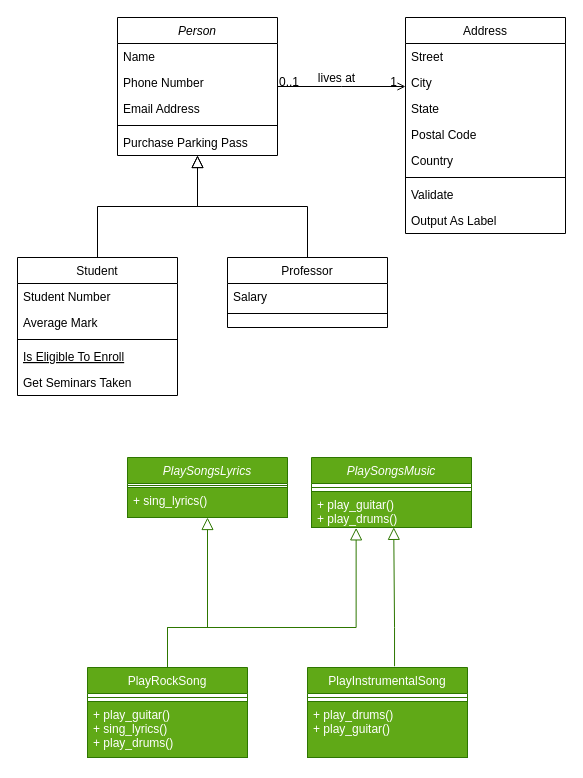
Before: play_songs.drawio in sandramolina/diagrams, a draw.io diagram. Source tidied: cells renumbered, new cells numbered last; positions are measured from the earlier drawing's top-left corner, leaving out a move shared by most shapes. Both pictures are drawn from the tidied source at 100%, with x=0, y=0 at pixel (17, 17).
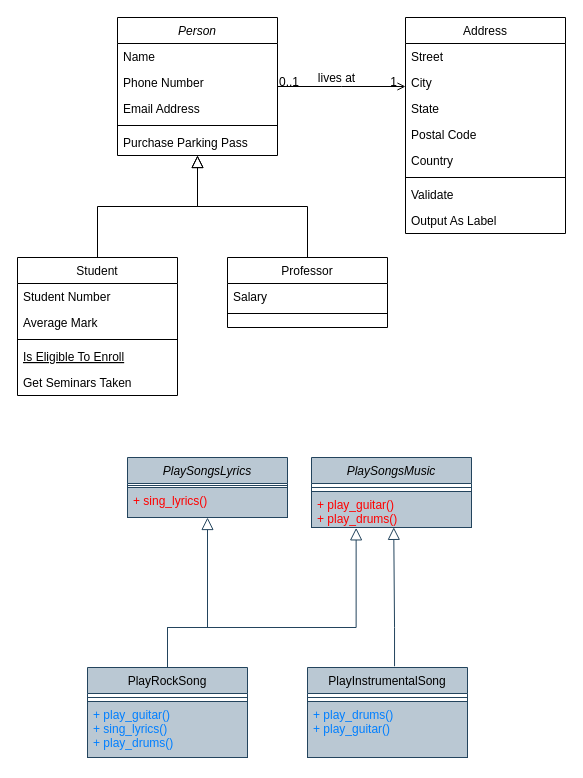
The same diagram, later.

Change to the diagram source:
```diff
@@
-    <mxCell id="32" value="PlaySongsLyrics" style="swimlane;fontStyle=2;align=center;verticalAlign=top;horizontal=1;startSize=26;rounded=0;shadow=0;strokeWidth=1;fillColor=#60a917;fontColor=#ffffff;strokeColor=#2D7600;" parent="1" vertex="1">
+    <mxCell id="32" value="PlaySongsLyrics" style="swimlane;fontStyle=2;align=center;verticalAlign=top;horizontal=1;startSize=26;rounded=0;shadow=0;strokeWidth=1;fillColor=#bac8d3;strokeColor=#23445d;" parent="1" vertex="1">
       <mxGeometry x="110" y="440" width="160" height="60" as="geometry" />
     </mxCell>
-    <mxCell id="33" style="line;html=1;strokeWidth=1;align=left;verticalAlign=middle;spacingTop=-1;spacingLeft=3;spacingRight=3;labelPosition=right;fillColor=#60a917;fontColor=#ffffff;strokeColor=#2D7600;" parent="32" vertex="1">
+    <mxCell id="33" style="line;html=1;strokeWidth=1;align=left;verticalAlign=middle;spacingTop=-1;spacingLeft=3;spacingRight=3;labelPosition=right;fillColor=#bac8d3;strokeColor=#23445d;" parent="32" vertex="1">
       <mxGeometry y="26" width="160" height="4" as="geometry" />
     </mxCell>
-    <mxCell id="34" value="+ sing_lyrics()" style="text;align=left;verticalAlign=top;spacingLeft=4;spacingRight=4;overflow=hidden;fillColor=#60a917;fontColor=#ffffff;strokeColor=#2D7600;" parent="32" vertex="1">
+    <mxCell id="34" value="+ sing_lyrics()" style="text;align=left;verticalAlign=top;spacingLeft=4;spacingRight=4;overflow=hidden;fillColor=#bac8d3;strokeColor=#23445d;fontColor=#FF0000;" parent="32" vertex="1">
       <mxGeometry y="30" width="160" height="30" as="geometry" />
     </mxCell>
-    <mxCell id="35" value="PlayInstrumentalSong" style="swimlane;fontStyle=0;align=center;verticalAlign=top;horizontal=1;startSize=26;rounded=0;shadow=0;strokeWidth=1;fillColor=#60a917;fontColor=#ffffff;strokeColor=#2D7600;" parent="1" vertex="1">
+    <mxCell id="35" value="PlayInstrumentalSong" style="swimlane;fontStyle=0;align=center;verticalAlign=top;horizontal=1;startSize=26;rounded=0;shadow=0;strokeWidth=1;fillColor=#bac8d3;strokeColor=#23445d;" parent="1" vertex="1">
       <mxGeometry x="290" y="650" width="160" height="90" as="geometry" />
     </mxCell>
-    <mxCell id="36" style="line;html=1;strokeWidth=1;align=left;verticalAlign=middle;spacingTop=-1;spacingLeft=3;spacingRight=3;labelPosition=right;fillColor=#60a917;fontColor=#ffffff;strokeColor=#2D7600;" parent="35" vertex="1">
+    <mxCell id="36" style="line;html=1;strokeWidth=1;align=left;verticalAlign=middle;spacingTop=-1;spacingLeft=3;spacingRight=3;labelPosition=right;fillColor=#bac8d3;strokeColor=#23445d;" parent="35" vertex="1">
       <mxGeometry y="26" width="160" height="8" as="geometry" />
     </mxCell>
-    <mxCell id="37" value="+ play_drums()&#10;+ play_guitar()" style="text;align=left;verticalAlign=top;spacingLeft=4;spacingRight=4;overflow=hidden;fillColor=#60a917;fontColor=#ffffff;strokeColor=#2D7600;" parent="35" vertex="1">
+    <mxCell id="37" value="+ play_drums()&#10;+ play_guitar()" style="text;align=left;verticalAlign=top;spacingLeft=4;spacingRight=4;overflow=hidden;fillColor=#bac8d3;strokeColor=#23445d;fontColor=#007FFF;" parent="35" vertex="1">
       <mxGeometry y="34" width="160" height="56" as="geometry" />
     </mxCell>
-    <mxCell id="38" style="endArrow=block;endSize=10;endFill=0;shadow=0;strokeWidth=1;rounded=0;edgeStyle=elbowEdgeStyle;elbow=vertical;entryX=0.514;entryY=0.996;entryDx=0;entryDy=0;entryPerimeter=0;exitX=0.544;exitY=-0.014;exitDx=0;exitDy=0;exitPerimeter=0;fillColor=#60a917;strokeColor=#2D7600;" parent="1" edge="1" source="35" target="41">
+    <mxCell id="38" style="endArrow=block;endSize=10;endFill=0;shadow=0;strokeWidth=1;rounded=0;edgeStyle=elbowEdgeStyle;elbow=vertical;entryX=0.514;entryY=0.996;entryDx=0;entryDy=0;entryPerimeter=0;exitX=0.544;exitY=-0.014;exitDx=0;exitDy=0;exitPerimeter=0;fillColor=#bac8d3;strokeColor=#23445d;" parent="1" edge="1" source="35" target="41">
       <mxGeometry relative="1" as="geometry">
         <Array as="points">
           <mxPoint x="370" y="610" />
         </Array>
       </mxGeometry>
     </mxCell>
-    <mxCell id="39" value="PlaySongsMusic" style="swimlane;fontStyle=2;align=center;verticalAlign=top;horizontal=1;startSize=26;rounded=0;shadow=0;strokeWidth=1;fillColor=#60a917;fontColor=#ffffff;strokeColor=#2D7600;" parent="1" vertex="1">
+    <mxCell id="39" value="PlaySongsMusic" style="swimlane;fontStyle=2;align=center;verticalAlign=top;horizontal=1;startSize=26;rounded=0;shadow=0;strokeWidth=1;fillColor=#bac8d3;strokeColor=#23445d;" parent="1" vertex="1">
       <mxGeometry x="294" y="440" width="160" height="70" as="geometry" />
     </mxCell>
-    <mxCell id="40" style="line;html=1;strokeWidth=1;align=left;verticalAlign=middle;spacingTop=-1;spacingLeft=3;spacingRight=3;labelPosition=right;fillColor=#60a917;fontColor=#ffffff;strokeColor=#2D7600;" parent="39" vertex="1">
+    <mxCell id="40" style="line;html=1;strokeWidth=1;align=left;verticalAlign=middle;spacingTop=-1;spacingLeft=3;spacingRight=3;labelPosition=right;fillColor=#bac8d3;strokeColor=#23445d;" parent="39" vertex="1">
       <mxGeometry y="26" width="160" height="8" as="geometry" />
     </mxCell>
-    <mxCell id="41" value="+ play_guitar()&#10;+ play_drums()" style="text;align=left;verticalAlign=top;spacingLeft=4;spacingRight=4;overflow=hidden;points=[[0,0.5],[1,0.5]];portConstraint=eastwest;fillColor=#60a917;fontColor=#ffffff;strokeColor=#2D7600;" parent="39" vertex="1">
+    <mxCell id="41" value="+ play_guitar()&#10;+ play_drums()" style="text;align=left;verticalAlign=top;spacingLeft=4;spacingRight=4;overflow=hidden;points=[[0,0.5],[1,0.5]];portConstraint=eastwest;fillColor=#bac8d3;strokeColor=#23445d;fontColor=#FF0000;" parent="39" vertex="1">
       <mxGeometry y="34" width="160" height="36" as="geometry" />
     </mxCell>
-    <mxCell id="42" value="PlayRockSong" style="swimlane;fontStyle=0;align=center;verticalAlign=top;horizontal=1;startSize=26;rounded=0;shadow=0;strokeWidth=1;fillColor=#60a917;fontColor=#ffffff;strokeColor=#2D7600;" parent="1" vertex="1">
+    <mxCell id="42" value="PlayRockSong" style="swimlane;fontStyle=0;align=center;verticalAlign=top;horizontal=1;startSize=26;rounded=0;shadow=0;strokeWidth=1;fillColor=#bac8d3;strokeColor=#23445d;" parent="1" vertex="1">
       <mxGeometry x="70" y="650" width="160" height="90" as="geometry" />
     </mxCell>
-    <mxCell id="43" style="line;html=1;strokeWidth=1;align=left;verticalAlign=middle;spacingTop=-1;spacingLeft=3;spacingRight=3;labelPosition=right;fillColor=#60a917;fontColor=#ffffff;strokeColor=#2D7600;" parent="42" vertex="1">
+    <mxCell id="43" style="line;html=1;strokeWidth=1;align=left;verticalAlign=middle;spacingTop=-1;spacingLeft=3;spacingRight=3;labelPosition=right;fillColor=#bac8d3;strokeColor=#23445d;" parent="42" vertex="1">
       <mxGeometry y="26" width="160" height="8" as="geometry" />
     </mxCell>
-    <mxCell id="44" value="+ play_guitar()&#10;+ sing_lyrics()&#10;+ play_drums()" style="text;align=left;verticalAlign=top;spacingLeft=4;spacingRight=4;overflow=hidden;fillColor=#60a917;fontColor=#ffffff;strokeColor=#2D7600;" parent="42" vertex="1">
+    <mxCell id="44" value="+ play_guitar()&#10;+ sing_lyrics()&#10;+ play_drums()" style="text;align=left;verticalAlign=top;spacingLeft=4;spacingRight=4;overflow=hidden;fillColor=#bac8d3;strokeColor=#23445d;fontColor=#007FFF;" parent="42" vertex="1">
       <mxGeometry y="34" width="160" height="56" as="geometry" />
     </mxCell>
-    <mxCell id="45" style="endArrow=block;endSize=10;endFill=0;shadow=0;strokeWidth=1;rounded=0;edgeStyle=elbowEdgeStyle;elbow=vertical;entryX=0.5;entryY=1;entryDx=0;entryDy=0;fillColor=#60a917;strokeColor=#2D7600;" parent="1" edge="1" target="32">
+    <mxCell id="45" style="endArrow=block;endSize=10;endFill=0;shadow=0;strokeWidth=1;rounded=0;edgeStyle=elbowEdgeStyle;elbow=vertical;entryX=0.5;entryY=1;entryDx=0;entryDy=0;fillColor=#bac8d3;strokeColor=#23445d;" parent="1" edge="1" target="32">
       <mxGeometry relative="1" as="geometry">
         <mxPoint x="150" y="649" as="sourcePoint" />
         <Array as="points">
           <mxPoint x="134" y="610" />
         </Array>
       </mxGeometry>
     </mxCell>
-    <mxCell id="46" style="endArrow=block;endSize=10;endFill=0;shadow=0;strokeWidth=1;rounded=0;edgeStyle=elbowEdgeStyle;elbow=vertical;entryX=0.279;entryY=1.01;entryDx=0;entryDy=0;entryPerimeter=0;fillColor=#60a917;strokeColor=#2D7600;" parent="1" edge="1" source="42" target="41">
+    <mxCell id="46" style="endArrow=block;endSize=10;endFill=0;shadow=0;strokeWidth=1;rounded=0;edgeStyle=elbowEdgeStyle;elbow=vertical;entryX=0.279;entryY=1.01;entryDx=0;entryDy=0;entryPerimeter=0;fillColor=#bac8d3;strokeColor=#23445d;" parent="1" edge="1" source="42" target="41">
       <mxGeometry relative="1" as="geometry">
         <Array as="points">
           <mxPoint x="334" y="610" />
         </Array>
       </mxGeometry>
     </mxCell>
```
